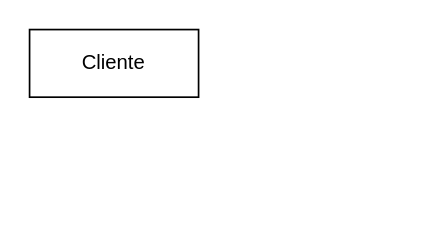
This is modelo.drawio from Sergio-Tolaba/ds_ej, a draw.io file, before an edit. Source tidied: cells renumbered, new cells numbered last; positions are measured from the earlier drawing's top-left corner, leaving out a move shared by most shapes. Both pictures are drawn from the tidied source at 169%, with x=0, y=0 at pixel (29, 29).
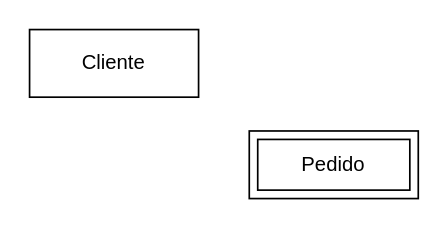
The same diagram, later.

Change to the diagram source:
```diff
@@
 <mxGraphModel>
   <root>
     <mxCell id="0" />
     <mxCell id="1" parent="0" />
     <mxCell id="2" value="Cliente" style="whiteSpace=wrap;html=1;align=center;" parent="1" vertex="1">
       <mxGeometry width="100" height="40" as="geometry" />
     </mxCell>
+    <mxCell id="3" value="Pedido" style="shape=ext;margin=3;double=1;whiteSpace=wrap;html=1;align=center;" parent="1" vertex="1">
+      <mxGeometry x="130" y="60" width="100" height="40" as="geometry" />
+    </mxCell>
   </root>
 </mxGraphModel>
```
